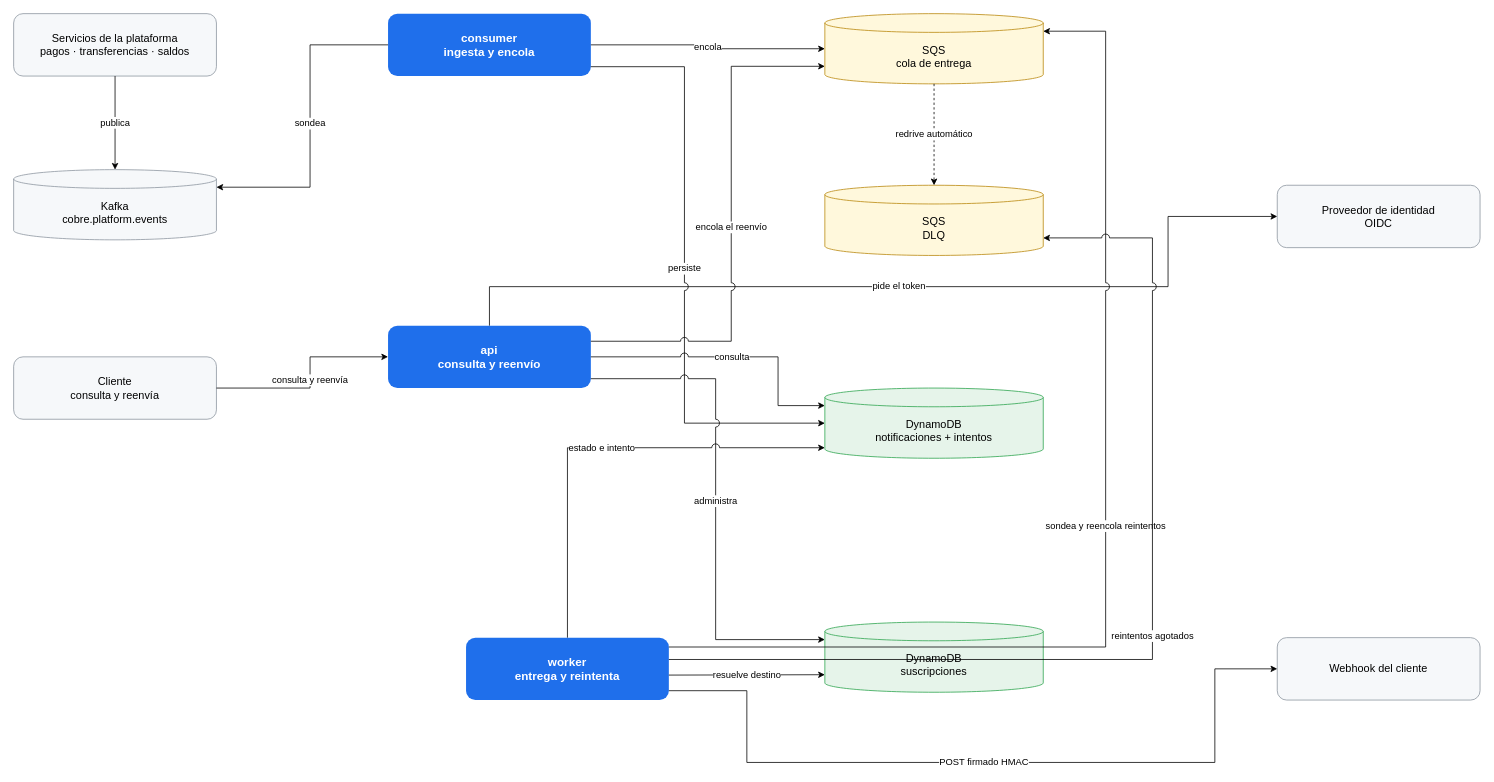
Earlier version of the draw.io diagram docs/img/arquitectura.drawio (ssalaza7/cobre-notification-delivery). Source tidied: cells renumbered, new cells numbered last; positions are measured from the earlier drawing's top-left corner, leaving out a move shared by most shapes. Both pictures are drawn from the tidied source at 78%, with x=0, y=0 at pixel (13, 13).
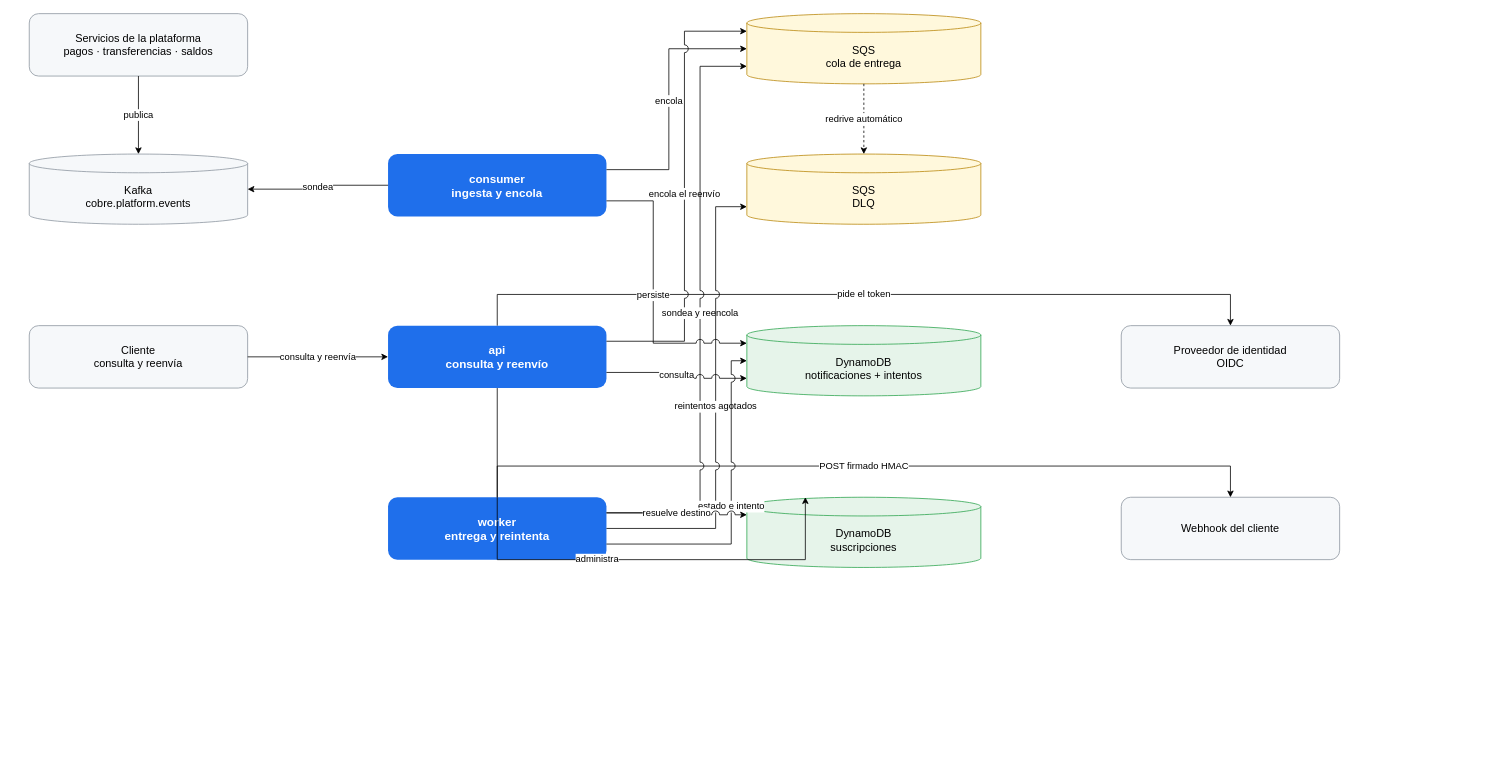
The same page after the edit.

Commit message:
docs: el diagrama editable se ordena en reticula

Change to the diagram source:
```diff
@@
     <mxCell id="2" value="Servicios de la plataforma&#10;pagos · transferencias · saldos" style="rounded=1;whiteSpace=wrap;html=1;fillColor=#f6f8fa;strokeColor=#8c959f;fontSize=14;" parent="1" vertex="1">
-      <mxGeometry width="260" height="80" as="geometry" />
+      <mxGeometry x="20" width="280" height="80" as="geometry" />
     </mxCell>
     <mxCell id="3" value="Kafka&#10;cobre.platform.events" style="shape=cylinder3;boundedLbl=1;backgroundOutline=1;size=12;whiteSpace=wrap;html=1;fillColor=#f6f8fa;strokeColor=#8c959f;fontSize=14;" parent="1" vertex="1">
-      <mxGeometry y="200" width="260" height="90" as="geometry" />
+      <mxGeometry x="20" y="180" width="280" height="90" as="geometry" />
     </mxCell>
     <mxCell id="4" value="Cliente&#10;consulta y reenvía" style="rounded=1;whiteSpace=wrap;html=1;fillColor=#f6f8fa;strokeColor=#8c959f;fontSize=14;" parent="1" vertex="1">
-      <mxGeometry y="440" width="260" height="80" as="geometry" />
+      <mxGeometry x="20" y="400" width="280" height="80" as="geometry" />
     </mxCell>
     <mxCell id="5" value="consumer&#10;ingesta y encola" style="rounded=1;whiteSpace=wrap;html=1;fillColor=#1f6feb;strokeColor=none;fontColor=#ffffff;fontSize=15;fontStyle=1;" parent="1" vertex="1">
-      <mxGeometry x="480" width="260" height="80" as="geometry" />
+      <mxGeometry x="480" y="180" width="280" height="80" as="geometry" />
     </mxCell>
     <mxCell id="6" value="api&#10;consulta y reenvío" style="rounded=1;whiteSpace=wrap;html=1;fillColor=#1f6feb;strokeColor=none;fontColor=#ffffff;fontSize=15;fontStyle=1;" parent="1" vertex="1">
-      <mxGeometry x="480" y="400" width="260" height="80" as="geometry" />
+      <mxGeometry x="480" y="400" width="280" height="80" as="geometry" />
     </mxCell>
     <mxCell id="7" value="worker&#10;entrega y reintenta" style="rounded=1;whiteSpace=wrap;html=1;fillColor=#1f6feb;strokeColor=none;fontColor=#ffffff;fontSize=15;fontStyle=1;" parent="1" vertex="1">
-      <mxGeometry x="580" y="800" width="260" height="80" as="geometry" />
+      <mxGeometry x="480" y="620" width="280" height="80" as="geometry" />
     </mxCell>
     <mxCell id="8" value="SQS&#10;cola de entrega" style="shape=cylinder3;boundedLbl=1;backgroundOutline=1;size=12;whiteSpace=wrap;html=1;fillColor=#fff8dc;strokeColor=#b8860b;fontSize=14;" parent="1" vertex="1">
-      <mxGeometry x="1040" width="280" height="90" as="geometry" />
+      <mxGeometry x="940" width="300" height="90" as="geometry" />
     </mxCell>
     <mxCell id="9" value="SQS&#10;DLQ" style="shape=cylinder3;boundedLbl=1;backgroundOutline=1;size=12;whiteSpace=wrap;html=1;fillColor=#fff8dc;strokeColor=#b8860b;fontSize=14;" parent="1" vertex="1">
-      <mxGeometry x="1040" y="220" width="280" height="90" as="geometry" />
+      <mxGeometry x="940" y="180" width="300" height="90" as="geometry" />
     </mxCell>
     <mxCell id="10" value="DynamoDB&#10;notificaciones + intentos" style="shape=cylinder3;boundedLbl=1;backgroundOutline=1;size=12;whiteSpace=wrap;html=1;fillColor=#e6f4ea;strokeColor=#2da44e;fontSize=14;" parent="1" vertex="1">
-      <mxGeometry x="1040" y="480" width="280" height="90" as="geometry" />
+      <mxGeometry x="940" y="400" width="300" height="90" as="geometry" />
     </mxCell>
     <mxCell id="11" value="DynamoDB&#10;suscripciones" style="shape=cylinder3;boundedLbl=1;backgroundOutline=1;size=12;whiteSpace=wrap;html=1;fillColor=#e6f4ea;strokeColor=#2da44e;fontSize=14;" parent="1" vertex="1">
-      <mxGeometry x="1040" y="780" width="280" height="90" as="geometry" />
+      <mxGeometry x="940" y="620" width="300" height="90" as="geometry" />
     </mxCell>
     <mxCell id="12" value="Proveedor de identidad&#10;OIDC" style="rounded=1;whiteSpace=wrap;html=1;fillColor=#f6f8fa;strokeColor=#8c959f;fontSize=14;" parent="1" vertex="1">
-      <mxGeometry x="1620" y="220" width="260" height="80" as="geometry" />
+      <mxGeometry x="1420" y="400" width="280" height="80" as="geometry" />
     </mxCell>
     <mxCell id="13" value="Webhook del cliente" style="rounded=1;whiteSpace=wrap;html=1;fillColor=#f6f8fa;strokeColor=#8c959f;fontSize=14;" parent="1" vertex="1">
-      <mxGeometry x="1620" y="800" width="260" height="80" as="geometry" />
+      <mxGeometry x="1420" y="620" width="280" height="80" as="geometry" />
     </mxCell>
@@
-    <mxCell id="15" value="sondea" style="edgeStyle=orthogonalEdgeStyle;rounded=0;html=1;fontSize=12;jumpStyle=arc;jumpSize=10;exitX=0;exitY=0.5;exitDx=0;exitDy=0;entryX=1;entryY=0.25;entryDx=0;entryDy=0;" parent="1" edge="1" source="5" target="3">
-      <mxGeometry relative="1" as="geometry">
-        <Array as="points">
-          <mxPoint x="380" y="40" />
-          <mxPoint x="380" y="222" />
-        </Array>
-      </mxGeometry>
+    <mxCell id="15" value="sondea" style="edgeStyle=orthogonalEdgeStyle;rounded=0;html=1;fontSize=12;jumpStyle=arc;jumpSize=10;exitX=0;exitY=0.5;exitDx=0;exitDy=0;entryX=1;entryY=0.5;entryDx=0;entryDy=0;" parent="1" edge="1" source="5" target="3">
+      <mxGeometry relative="1" as="geometry" />
     </mxCell>
     <mxCell id="16" value="consulta y reenvía" style="edgeStyle=orthogonalEdgeStyle;rounded=0;html=1;fontSize=12;jumpStyle=arc;jumpSize=10;exitX=1;exitY=0.5;exitDx=0;exitDy=0;entryX=0;entryY=0.5;entryDx=0;entryDy=0;" parent="1" edge="1" source="4" target="6">
-      <mxGeometry relative="1" as="geometry">
-        <Array as="points">
-          <mxPoint x="380" y="480" />
-          <mxPoint x="380" y="440" />
-        </Array>
-      </mxGeometry>
+      <mxGeometry relative="1" as="geometry" />
     </mxCell>
-    <mxCell id="17" value="pide el token" style="edgeStyle=orthogonalEdgeStyle;rounded=0;html=1;fontSize=12;jumpStyle=arc;jumpSize=10;exitX=0.5;exitY=0;exitDx=0;exitDy=0;entryX=0;entryY=0.5;entryDx=0;entryDy=0;" parent="1" edge="1" source="6" target="12">
+    <mxCell id="17" value="pide el token" style="edgeStyle=orthogonalEdgeStyle;rounded=0;html=1;fontSize=12;jumpStyle=arc;jumpSize=10;exitX=0.5;exitY=0;exitDx=0;exitDy=0;entryX=0.5;entryY=0;entryDx=0;entryDy=0;" parent="1" edge="1" source="6" target="12">
       <mxGeometry relative="1" as="geometry">
         <Array as="points">
-          <mxPoint x="610" y="350" />
-          <mxPoint x="1480" y="350" />
-          <mxPoint x="1480" y="260" />
+          <mxPoint x="620" y="360" />
+          <mxPoint x="1560" y="360" />
         </Array>
       </mxGeometry>
     </mxCell>
-    <mxCell id="18" value="POST firmado HMAC" style="edgeStyle=orthogonalEdgeStyle;rounded=0;html=1;fontSize=12;jumpStyle=arc;jumpSize=10;exitX=1;exitY=0.85;exitDx=0;exitDy=0;entryX=0;entryY=0.5;entryDx=0;entryDy=0;" parent="1" edge="1" source="7" target="13">
+    <mxCell id="18" value="POST firmado HMAC" style="edgeStyle=orthogonalEdgeStyle;rounded=0;html=1;fontSize=12;jumpStyle=arc;jumpSize=10;exitX=0.5;exitY=0;exitDx=0;exitDy=0;entryX=0.5;entryY=0;entryDx=0;entryDy=0;" parent="1" edge="1" source="7" target="13">
       <mxGeometry relative="1" as="geometry">
         <Array as="points">
-          <mxPoint x="940" y="868" />
-          <mxPoint x="940" y="960" />
-          <mxPoint x="1540" y="960" />
-          <mxPoint x="1540" y="840" />
+          <mxPoint x="620" y="580" />
+          <mxPoint x="1560" y="580" />
         </Array>
       </mxGeometry>
     </mxCell>
-    <mxCell id="19" value="encola" style="edgeStyle=orthogonalEdgeStyle;rounded=0;html=1;fontSize=12;jumpStyle=arc;jumpSize=10;exitX=1;exitY=0.5;exitDx=0;exitDy=0;entryX=0;entryY=0.5;entryDx=0;entryDy=0;" parent="1" edge="1" source="5" target="8">
-      <mxGeometry relative="1" as="geometry" />
+    <mxCell id="19" value="encola" style="edgeStyle=orthogonalEdgeStyle;rounded=0;html=1;fontSize=12;jumpStyle=arc;jumpSize=10;exitX=1;exitY=0.25;exitDx=0;exitDy=0;entryX=0;entryY=0.5;entryDx=0;entryDy=0;" parent="1" edge="1" source="5" target="8">
+      <mxGeometry relative="1" as="geometry">
+        <Array as="points">
+          <mxPoint x="840" y="200" />
+          <mxPoint x="840" y="45" />
+        </Array>
+      </mxGeometry>
     </mxCell>
-    <mxCell id="20" value="persiste" style="edgeStyle=orthogonalEdgeStyle;rounded=0;html=1;fontSize=12;jumpStyle=arc;jumpSize=10;exitX=1;exitY=0.85;exitDx=0;exitDy=0;entryX=0;entryY=0.5;entryDx=0;entryDy=0;" parent="1" edge="1" source="5" target="10">
+    <mxCell id="20" value="encola el reenvío" style="edgeStyle=orthogonalEdgeStyle;rounded=0;html=1;fontSize=12;jumpStyle=arc;jumpSize=10;exitX=1;exitY=0.25;exitDx=0;exitDy=0;entryX=0;entryY=0.25;entryDx=0;entryDy=0;" parent="1" edge="1" source="6" target="8">
       <mxGeometry relative="1" as="geometry">
         <Array as="points">
-          <mxPoint x="860" y="68" />
-          <mxPoint x="860" y="525" />
+          <mxPoint x="860" y="420" />
+          <mxPoint x="860" y="23" />
         </Array>
       </mxGeometry>
     </mxCell>
-    <mxCell id="21" value="encola el reenvío" style="edgeStyle=orthogonalEdgeStyle;rounded=0;html=1;fontSize=12;jumpStyle=arc;jumpSize=10;exitX=1;exitY=0.25;exitDx=0;exitDy=0;entryX=0;entryY=0.75;entryDx=0;entryDy=0;" parent="1" edge="1" source="6" target="8">
+    <mxCell id="21" value="sondea y reencola" style="edgeStyle=orthogonalEdgeStyle;rounded=0;html=1;fontSize=12;jumpStyle=arc;jumpSize=10;exitX=1;exitY=0.25;exitDx=0;exitDy=0;entryX=0;entryY=0.75;entryDx=0;entryDy=0;" parent="1" edge="1" source="7" target="8">
       <mxGeometry relative="1" as="geometry">
         <Array as="points">
-          <mxPoint x="920" y="420" />
-          <mxPoint x="920" y="68" />
+          <mxPoint x="880" y="640" />
+          <mxPoint x="880" y="68" />
         </Array>
       </mxGeometry>
     </mxCell>
-    <mxCell id="22" value="consulta" style="edgeStyle=orthogonalEdgeStyle;rounded=0;html=1;fontSize=12;jumpStyle=arc;jumpSize=10;exitX=1;exitY=0.5;exitDx=0;exitDy=0;entryX=0;entryY=0.25;entryDx=0;entryDy=0;" parent="1" edge="1" source="6" target="10">
+    <mxCell id="22" value="reintentos agotados" style="edgeStyle=orthogonalEdgeStyle;rounded=0;html=1;fontSize=12;jumpStyle=arc;jumpSize=10;exitX=1;exitY=0.5;exitDx=0;exitDy=0;entryX=0;entryY=0.75;entryDx=0;entryDy=0;" parent="1" edge="1" source="7" target="9">
       <mxGeometry relative="1" as="geometry">
         <Array as="points">
-          <mxPoint x="980" y="440" />
-          <mxPoint x="980" y="503" />
+          <mxPoint x="900" y="660" />
+          <mxPoint x="900" y="248" />
         </Array>
       </mxGeometry>
     </mxCell>
-    <mxCell id="23" value="administra" style="edgeStyle=orthogonalEdgeStyle;rounded=0;html=1;fontSize=12;jumpStyle=arc;jumpSize=10;exitX=1;exitY=0.85;exitDx=0;exitDy=0;entryX=0;entryY=0.25;entryDx=0;entryDy=0;" parent="1" edge="1" source="6" target="11">
-      <mxGeometry relative="1" as="geometry">
-        <Array as="points">
-          <mxPoint x="900" y="468" />
-          <mxPoint x="900" y="803" />
-        </Array>
-      </mxGeometry>
+    <mxCell id="23" value="redrive automático" style="edgeStyle=orthogonalEdgeStyle;rounded=0;html=1;fontSize=12;jumpStyle=arc;jumpSize=10;dashed=1;exitX=0.5;exitY=1;exitDx=0;exitDy=0;entryX=0.5;entryY=0;entryDx=0;entryDy=0;" parent="1" edge="1" source="8" target="9">
+      <mxGeometry relative="1" as="geometry" />
     </mxCell>
-    <mxCell id="24" value="sondea y reencola reintentos" style="edgeStyle=orthogonalEdgeStyle;rounded=0;html=1;fontSize=12;jumpStyle=arc;jumpSize=10;exitX=1;exitY=0.15;exitDx=0;exitDy=0;entryX=1;entryY=0.25;entryDx=0;entryDy=0;" parent="1" edge="1" source="7" target="8">
+    <mxCell id="24" value="persiste" style="edgeStyle=orthogonalEdgeStyle;rounded=0;html=1;fontSize=12;jumpStyle=arc;jumpSize=10;exitX=1;exitY=0.75;exitDx=0;exitDy=0;entryX=0;entryY=0.25;entryDx=0;entryDy=0;" parent="1" edge="1" source="5" target="10">
       <mxGeometry relative="1" as="geometry">
         <Array as="points">
-          <mxPoint x="1400" y="812" />
-          <mxPoint x="1400" y="23" />
+          <mxPoint x="820" y="240" />
+          <mxPoint x="820" y="423" />
         </Array>
       </mxGeometry>
     </mxCell>
-    <mxCell id="25" value="reintentos agotados" style="edgeStyle=orthogonalEdgeStyle;rounded=0;html=1;fontSize=12;jumpStyle=arc;jumpSize=10;exitX=1;exitY=0.35;exitDx=0;exitDy=0;entryX=1;entryY=0.75;entryDx=0;entryDy=0;" parent="1" edge="1" source="7" target="9">
-      <mxGeometry relative="1" as="geometry">
-        <Array as="points">
-          <mxPoint x="1460" y="828" />
-          <mxPoint x="1460" y="288" />
-        </Array>
-      </mxGeometry>
+    <mxCell id="25" value="consulta" style="edgeStyle=orthogonalEdgeStyle;rounded=0;html=1;fontSize=12;jumpStyle=arc;jumpSize=10;exitX=1;exitY=0.75;exitDx=0;exitDy=0;entryX=0;entryY=0.75;entryDx=0;entryDy=0;" parent="1" edge="1" source="6" target="10">
+      <mxGeometry relative="1" as="geometry" />
     </mxCell>
-    <mxCell id="26" value="estado e intento" style="edgeStyle=orthogonalEdgeStyle;rounded=0;html=1;fontSize=12;jumpStyle=arc;jumpSize=10;exitX=0.5;exitY=0;exitDx=0;exitDy=0;entryX=0;entryY=0.85;entryDx=0;entryDy=0;" parent="1" edge="1" source="7" target="10">
+    <mxCell id="26" value="estado e intento" style="edgeStyle=orthogonalEdgeStyle;rounded=0;html=1;fontSize=12;jumpStyle=arc;jumpSize=10;exitX=1;exitY=0.75;exitDx=0;exitDy=0;entryX=0;entryY=0.5;entryDx=0;entryDy=0;" parent="1" edge="1" source="7" target="10">
       <mxGeometry relative="1" as="geometry">
         <Array as="points">
-          <mxPoint x="710" y="557" />
+          <mxPoint x="920" y="680" />
+          <mxPoint x="920" y="445" />
         </Array>
       </mxGeometry>
     </mxCell>
-    <mxCell id="27" value="resuelve destino" style="edgeStyle=orthogonalEdgeStyle;rounded=0;html=1;fontSize=12;jumpStyle=arc;jumpSize=10;exitX=1;exitY=0.6;exitDx=0;exitDy=0;entryX=0;entryY=0.75;entryDx=0;entryDy=0;" parent="1" edge="1" source="7" target="11">
-      <mxGeometry relative="1" as="geometry">
-        <Array as="points">
-          <mxPoint x="960" y="848" />
-          <mxPoint x="960" y="848" />
-        </Array>
-      </mxGeometry>
+    <mxCell id="27" value="resuelve destino" style="edgeStyle=orthogonalEdgeStyle;rounded=0;html=1;fontSize=12;jumpStyle=arc;jumpSize=10;exitX=1;exitY=0.25;exitDx=0;exitDy=0;entryX=0;entryY=0.25;entryDx=0;entryDy=0;" parent="1" edge="1" source="7" target="11">
+      <mxGeometry relative="1" as="geometry" />
     </mxCell>
-    <mxCell id="28" value="redrive automático" style="edgeStyle=orthogonalEdgeStyle;rounded=0;html=1;fontSize=12;jumpStyle=arc;jumpSize=10;dashed=1;exitX=0.5;exitY=1;exitDx=0;exitDy=0;entryX=0.5;entryY=0;entryDx=0;entryDy=0;" parent="1" edge="1" source="8" target="9">
-      <mxGeometry relative="1" as="geometry" />
+    <mxCell id="28" value="administra" style="edgeStyle=orthogonalEdgeStyle;rounded=0;html=1;fontSize=12;jumpStyle=arc;jumpSize=10;exitX=0.5;exitY=1;exitDx=0;exitDy=0;entryX=0.25;entryY=0;entryDx=0;entryDy=0;" parent="1" edge="1" source="6" target="11">
+      <mxGeometry relative="1" as="geometry">
+        <Array as="points">
+          <mxPoint x="620" y="700" />
+          <mxPoint x="1015" y="700" />
+        </Array>
+      </mxGeometry>
     </mxCell>
```
